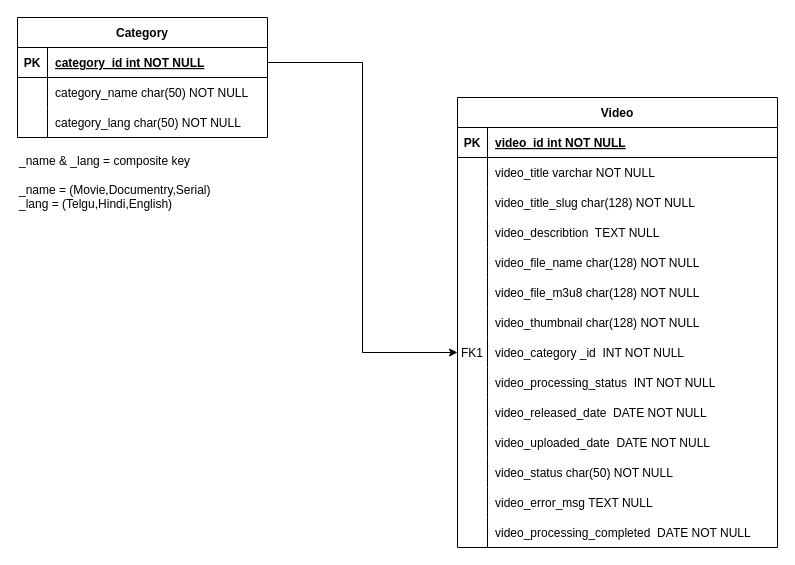
Earlier version of the draw.io diagram document/database_er.drawio (NishantGhanate/MediaStream). Source tidied: cells renumbered, new cells numbered last; positions are measured from the earlier drawing's top-left corner, leaving out a move shared by most shapes. Both pictures are drawn from the tidied source at 100%, with x=0, y=0 at pixel (17, 17).
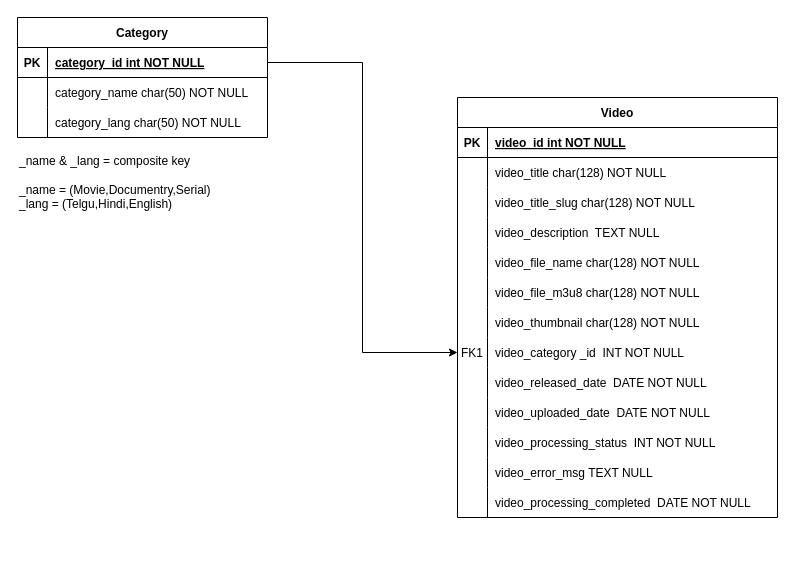
The same diagram, later.

The change refers to these unchanged cells:
```xml
<mxCell id="6" style="shape=partialRectangle;fillColor=none;top=0;left=0;right=0;bottom=0;" parent="2" vertex="1">
  <mxGeometry y="60" width="320" height="30" as="geometry" />
</mxCell>
<mxCell id="12" style="shape=partialRectangle;fillColor=none;top=0;left=0;right=0;bottom=0;" parent="2" vertex="1">
  <mxGeometry y="120" width="320" height="30" as="geometry" />
</mxCell>
```

Change to the diagram source:
```diff
@@
     <mxCell id="2" value="Video" style="shape=table;startSize=30;childLayout=tableLayout;rowLines=0;fontStyle=1;align=center;" parent="1" vertex="1">
-      <mxGeometry x="440" y="80" width="320" height="450" as="geometry" />
+      <mxGeometry x="440" y="80" width="320" height="420" as="geometry" />
     </mxCell>
@@
-    <mxCell id="8" value="video_title varchar NOT NULL" style="shape=partialRectangle;overflow=hidden;fillColor=none;top=0;left=0;bottom=0;right=0;align=left;spacingLeft=6;" parent="6" vertex="1">
+    <mxCell id="8" value="video_title char(128) NOT NULL" style="shape=partialRectangle;overflow=hidden;fillColor=none;top=0;left=0;bottom=0;right=0;align=left;spacingLeft=6;" parent="6" vertex="1">
       <mxGeometry x="30" width="290" height="30" as="geometry" />
     </mxCell>
@@
-    <mxCell id="14" value="video_describtion  TEXT NULL" style="shape=partialRectangle;overflow=hidden;fillColor=none;top=0;left=0;bottom=0;right=0;align=left;spacingLeft=6;" parent="12" vertex="1">
+    <mxCell id="14" value="video_description  TEXT NULL" style="shape=partialRectangle;overflow=hidden;fillColor=none;top=0;left=0;bottom=0;right=0;align=left;spacingLeft=6;" parent="12" vertex="1">
       <mxGeometry x="30" width="290" height="30" as="geometry" />
     </mxCell>
@@
-    <mxCell id="27" style="shape=partialRectangle;fillColor=none;top=0;left=0;right=0;bottom=0;" parent="2" vertex="1">
-      <mxGeometry y="270" width="320" height="30" as="geometry" />
-    </mxCell>
-    <mxCell id="28" style="shape=partialRectangle;overflow=hidden;fillColor=none;top=0;left=0;bottom=0;right=0;" parent="27" vertex="1">
-      <mxGeometry width="30" height="30" as="geometry" />
-    </mxCell>
-    <mxCell id="29" value="video_processing_status  INT NOT NULL" style="shape=partialRectangle;overflow=hidden;fillColor=none;top=0;left=0;bottom=0;right=0;align=left;spacingLeft=6;" parent="27" vertex="1">
-      <mxGeometry x="30" width="290" height="30" as="geometry" />
-    </mxCell>
     <mxCell id="30" style="shape=partialRectangle;fillColor=none;top=0;left=0;right=0;bottom=0;" parent="2" vertex="1">
-      <mxGeometry y="300" width="320" height="30" as="geometry" />
+      <mxGeometry y="270" width="320" height="30" as="geometry" />
     </mxCell>
@@
     <mxCell id="33" style="shape=partialRectangle;fillColor=none;top=0;left=0;right=0;bottom=0;" parent="2" vertex="1">
-      <mxGeometry y="330" width="320" height="30" as="geometry" />
+      <mxGeometry y="300" width="320" height="30" as="geometry" />
     </mxCell>
@@
-    <mxCell id="36" style="shape=partialRectangle;fillColor=none;top=0;left=0;right=0;bottom=0;" parent="2" vertex="1">
-      <mxGeometry y="360" width="320" height="30" as="geometry" />
-    </mxCell>
-    <mxCell id="37" style="shape=partialRectangle;overflow=hidden;fillColor=none;top=0;left=0;bottom=0;right=0;" parent="36" vertex="1">
-      <mxGeometry width="30" height="30" as="geometry" />
-    </mxCell>
-    <mxCell id="38" value="video_status char(50) NOT NULL" style="shape=partialRectangle;overflow=hidden;fillColor=none;top=0;left=0;bottom=0;right=0;align=left;spacingLeft=6;" parent="36" vertex="1">
-      <mxGeometry x="30" width="290" height="30" as="geometry" />
-    </mxCell>
+    <mxCell id="27" style="shape=partialRectangle;fillColor=none;top=0;left=0;right=0;bottom=0;" parent="2" vertex="1">
+      <mxGeometry y="330" width="320" height="30" as="geometry" />
+    </mxCell>
+    <mxCell id="28" style="shape=partialRectangle;overflow=hidden;fillColor=none;top=0;left=0;bottom=0;right=0;" parent="27" vertex="1">
+      <mxGeometry width="30" height="30" as="geometry" />
+    </mxCell>
+    <mxCell id="29" value="video_processing_status  INT NOT NULL" style="shape=partialRectangle;overflow=hidden;fillColor=none;top=0;left=0;bottom=0;right=0;align=left;spacingLeft=6;" parent="27" vertex="1">
+      <mxGeometry x="30" width="290" height="30" as="geometry" />
+    </mxCell>
     <mxCell id="39" style="shape=partialRectangle;fillColor=none;top=0;left=0;right=0;bottom=0;" parent="2" vertex="1">
-      <mxGeometry y="390" width="320" height="30" as="geometry" />
+      <mxGeometry y="360" width="320" height="30" as="geometry" />
     </mxCell>
@@
     <mxCell id="42" style="shape=partialRectangle;fillColor=none;top=0;left=0;right=0;bottom=0;" parent="2" vertex="1">
-      <mxGeometry y="420" width="320" height="30" as="geometry" />
+      <mxGeometry y="390" width="320" height="30" as="geometry" />
     </mxCell>
```
